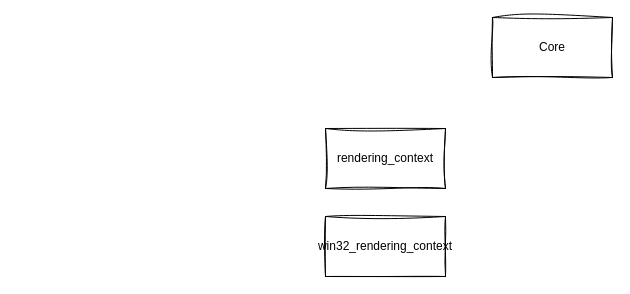
Above: _docs/archtecture.drawio in Keshizin/k-engine (draw.io), before the change. Source tidied: cells renumbered, new cells numbered last; positions are measured from the earlier drawing's top-left corner, leaving out a move shared by most shapes. Both pictures are drawn from the tidied source at 100%, with x=0, y=0 at pixel (325, 17).
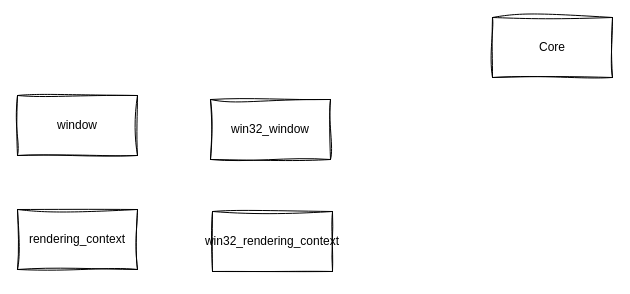
The same page after the edit.

Diff of the diagram source:
```diff
@@
 <mxGraphModel>
   <root>
     <mxCell id="0" />
     <mxCell id="1" parent="0" />
     <mxCell id="2" value="Core" style="rounded=0;whiteSpace=wrap;html=1;sketch=1;curveFitting=1;jiggle=2;" parent="1" vertex="1">
       <mxGeometry x="167" width="120" height="60" as="geometry" />
     </mxCell>
     <mxCell id="3" value="rendering_context" style="rounded=0;whiteSpace=wrap;html=1;sketch=1;curveFitting=1;jiggle=2;" parent="1" vertex="1">
-      <mxGeometry y="111" width="120" height="60" as="geometry" />
+      <mxGeometry x="-308" y="192" width="120" height="60" as="geometry" />
     </mxCell>
     <mxCell id="4" value="win32_rendering_context" style="rounded=0;whiteSpace=wrap;html=1;sketch=1;curveFitting=1;jiggle=2;" parent="1" vertex="1">
-      <mxGeometry y="199" width="120" height="60" as="geometry" />
+      <mxGeometry x="-113" y="194" width="120" height="60" as="geometry" />
     </mxCell>
+    <mxCell id="5" value="window" style="rounded=0;whiteSpace=wrap;html=1;sketch=1;curveFitting=1;jiggle=2;" parent="1" vertex="1">
+      <mxGeometry x="-308" y="78" width="120" height="60" as="geometry" />
+    </mxCell>
+    <mxCell id="6" value="win32_window" style="rounded=0;whiteSpace=wrap;html=1;sketch=1;curveFitting=1;jiggle=2;" parent="1" vertex="1">
+      <mxGeometry x="-115" y="82" width="120" height="60" as="geometry" />
+    </mxCell>
   </root>
 </mxGraphModel>
```
